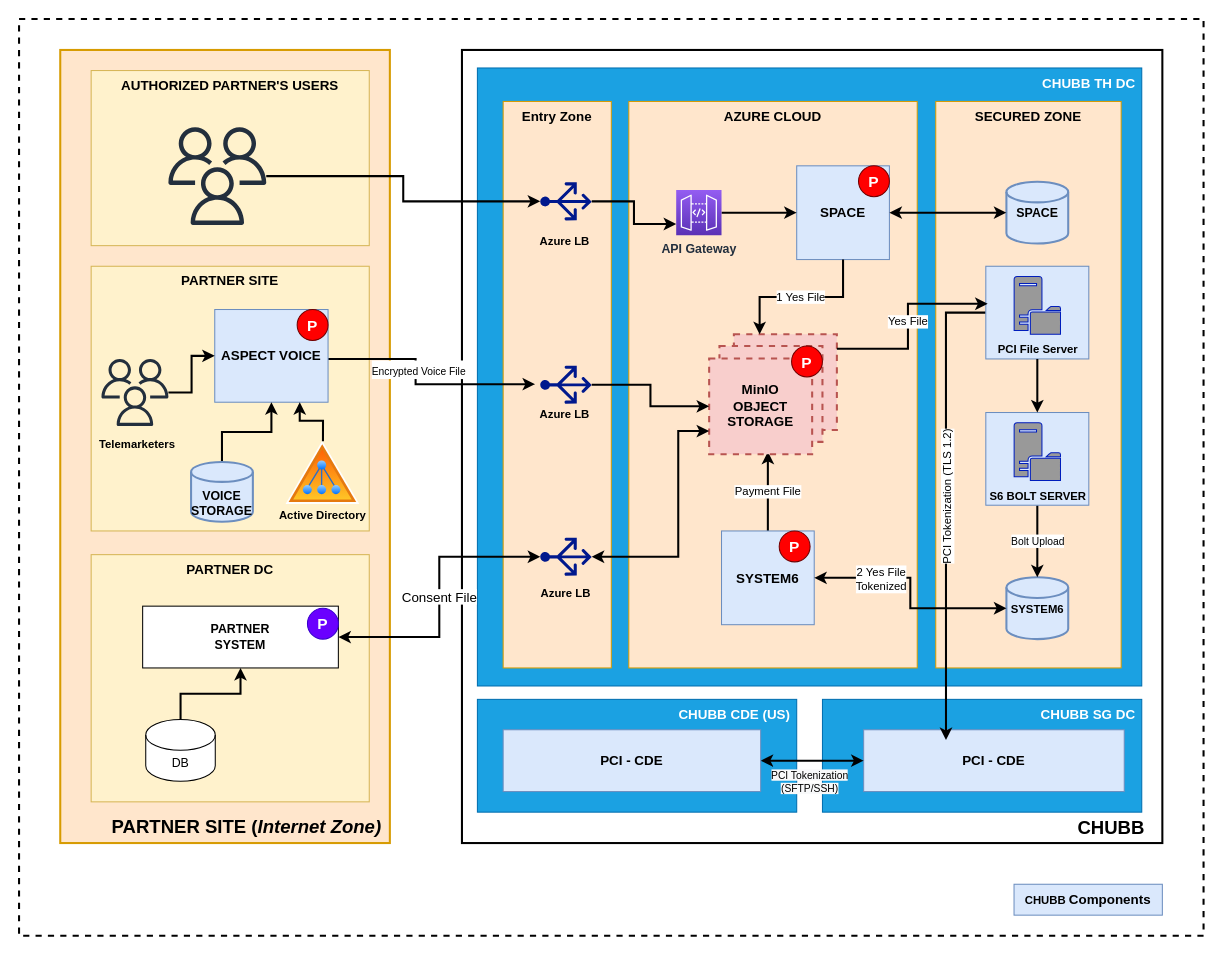
Earlier version of the draw.io diagram page "Page-2" (2 of 2) of KTB.drawio (saileshsharma/saileshsharma). Source tidied: cells renumbered, new cells numbered last; positions are measured from the earlier drawing's top-left corner, leaving out a move shared by most shapes. Both pictures are drawn from the tidied source at 103%, with x=0, y=0 at pixel (19, 19).
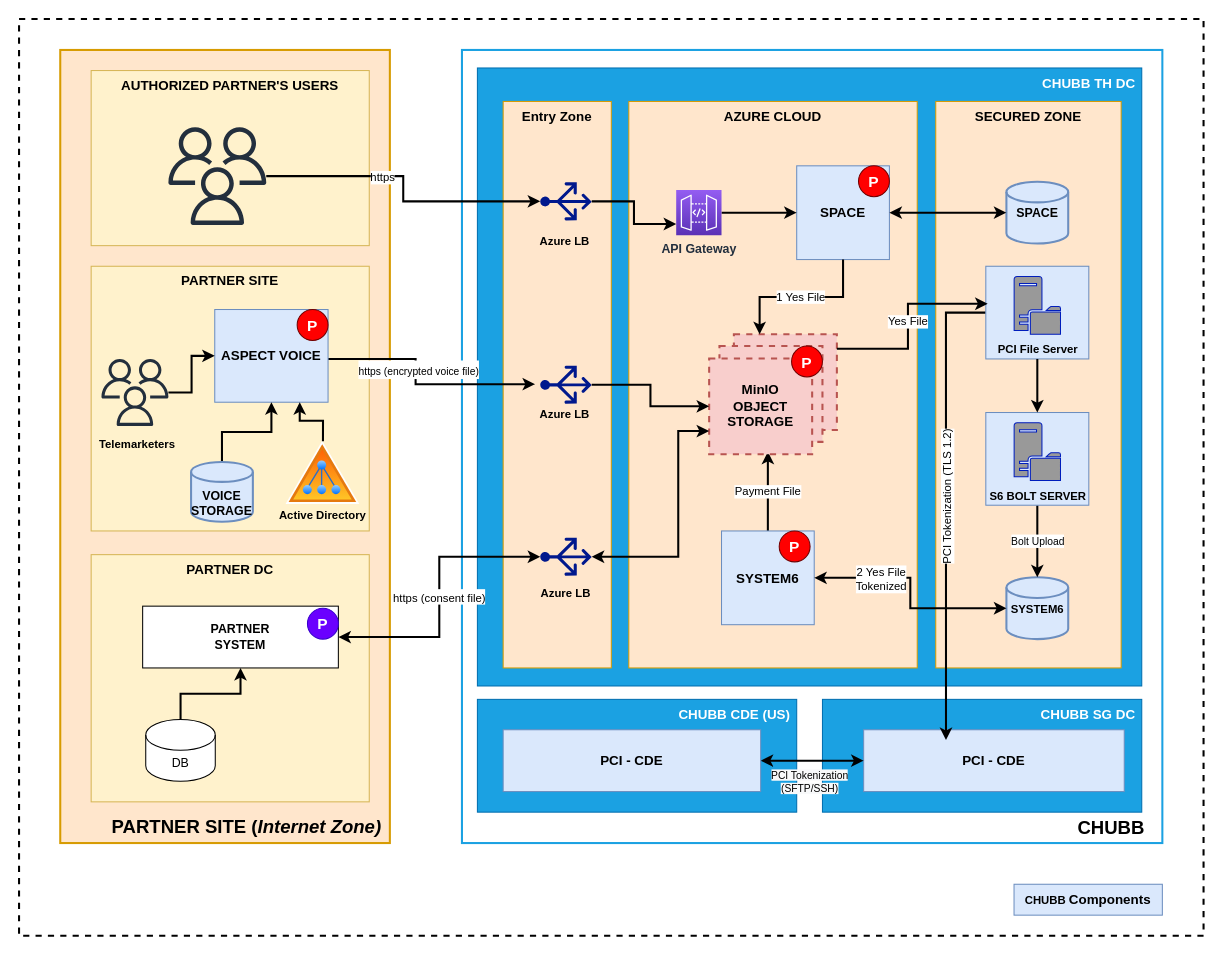
The same page after the edit.

The change refers to these unchanged cells:
```xml
<mxCell id="6" value="&lt;b&gt;PARTNER&lt;br&gt;SYSTEM&lt;br&gt;&lt;/b&gt;" style="rounded=0;whiteSpace=wrap;html=1;" parent="1" vertex="1">
  <mxGeometry x="120" y="570" width="190" height="60" as="geometry" />
</mxCell>
<mxCell id="29" style="edgeStyle=orthogonalEdgeStyle;rounded=0;jettySize=auto;html=1;entryX=0;entryY=0.5;entryDx=0;entryDy=0;fontSize=15;fontColor=#000000;strokeWidth=2;" parent="1" edge="1" source="31">
  <mxGeometry relative="1" as="geometry">
    <mxPoint x="501" y="354.5" as="targetPoint" />
    <Array as="points">
      <mxPoint x="385" y="330" />
      <mxPoint x="385" y="354" />
    </Array>
  </mxGeometry>
</mxCell>
<mxCell id="42" style="sketch=0;shadow=0;dashed=0;html=1;strokeColor=none;labelPosition=center;verticalLabelPosition=bottom;verticalAlign=top;align=center;fillColor=#00188D;shape=mxgraph.azure.load_balancer_generic;fontSize=15;fontColor=#000000;rotation=-90;" parent="1" vertex="1">
  <mxGeometry x="512.5" y="497" width="37" height="50" as="geometry" />
</mxCell>
<mxCell id="54" style="edgeStyle=orthogonalEdgeStyle;rounded=0;jettySize=auto;html=1;entryX=0.5;entryY=0;entryDx=0;entryDy=0;entryPerimeter=0;fontSize=11;fontColor=#000000;startArrow=none;startFill=0;strokeWidth=2;" parent="1" edge="1" source="55" target="51">
  <mxGeometry relative="1" as="geometry" />
</mxCell>
```

Change to the diagram source:
```diff
@@
-    <mxCell id="8" value="CHUBB" style="rounded=0;whiteSpace=wrap;html=1;verticalAlign=bottom;align=right;fontStyle=1;spacingRight=15;fontSize=18;strokeWidth=2;" parent="1" vertex="1">
+    <mxCell id="8" value="CHUBB" style="rounded=0;whiteSpace=wrap;html=1;verticalAlign=bottom;align=right;fontStyle=1;spacingRight=15;fontSize=18;strokeWidth=2;strokeColor=#1BA1E2;" parent="1" vertex="1">
       <mxGeometry x="430" y="30" width="680" height="770" as="geometry" />
     </mxCell>
-    <mxCell id="9" value="CHUBB TH DC" style="rounded=0;whiteSpace=wrap;html=1;verticalAlign=top;fontStyle=1;fontSize=13;fillColor=#1ba1e2;strokeColor=#006EAF;align=right;spacingRight=4;fontColor=#ffffff;" parent="1" vertex="1">
+    <mxCell id="9" value="CHUBB TH DC" style="rounded=0;whiteSpace=wrap;html=1;verticalAlign=top;fontStyle=1;fontSize=13;fillColor=#1BA1E2;strokeColor=#006EAF;align=right;spacingRight=4;fontColor=#ffffff;" parent="1" vertex="1">
       <mxGeometry x="445" y="47.5" width="645" height="600" as="geometry" />
     </mxCell>
@@
-    <mxCell id="30" value="&lt;font style=&quot;font-size: 10px;&quot;&gt;Encrypted Voice File&lt;/font&gt;" style="edgeLabel;html=1;align=center;verticalAlign=middle;fontSize=15;fontColor=#000000;" parent="29" vertex="1">
+    <mxCell id="30" value="&lt;font style=&quot;font-size: 10px;&quot;&gt;https (encrypted voice file)&lt;/font&gt;" style="edgeLabel;html=1;align=center;verticalAlign=middle;fontSize=15;fontColor=#000000;" parent="29" vertex="1">
       <mxGeometry x="-0.17" y="2" relative="1" as="geometry" />
     </mxCell>
@@
-    <mxCell id="43" value="Consent File" style="edgeStyle=orthogonalEdgeStyle;rounded=0;jettySize=auto;html=1;entryX=0.5;entryY=0;entryDx=0;entryDy=0;entryPerimeter=0;fontSize=13;fontColor=#000000;startArrow=classic;startFill=1;strokeWidth=2;" parent="1" edge="1" source="6" target="42">
+    <mxCell id="43" value="&lt;font style=&quot;font-size: 11px;&quot;&gt;https (consent file)&lt;/font&gt;" style="edgeStyle=orthogonalEdgeStyle;rounded=0;jettySize=auto;html=1;entryX=0.5;entryY=0;entryDx=0;entryDy=0;entryPerimeter=0;fontSize=13;fontColor=#000000;startArrow=classic;startFill=1;strokeWidth=2;" parent="1" edge="1" source="6" target="42">
       <mxGeometry relative="1" as="geometry" />
     </mxCell>
@@
+    <mxCell id="76" value="https" style="edgeLabel;html=1;align=center;verticalAlign=middle;fontSize=11;fontColor=#000000;" parent="54" vertex="1">
+      <mxGeometry x="-0.23" y="-1" relative="1" as="geometry" />
+    </mxCell>
```
